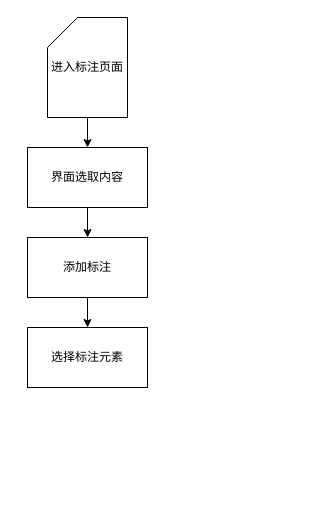
ouyangtian/drawio keeps this draw.io diagram as 人工标注流程.drawio. Above is the earlier version. Source tidied: cells renumbered, new cells numbered last; positions are measured from the earlier drawing's top-left corner, leaving out a move shared by most shapes. Both pictures are drawn from the tidied source at 100%, with x=0, y=0 at pixel (27, 17).
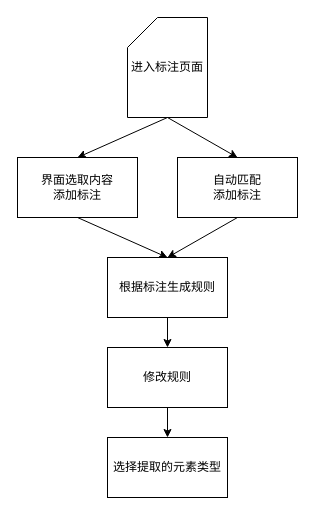
After the change.

Commit message:
更新人工标注流程.drawio

Change to the diagram source:
```diff
@@
 <mxGraphModel>
   <root>
     <mxCell id="0" />
     <mxCell id="1" parent="0" />
-    <mxCell id="2" value="界面选取内容" style="rounded=0;whiteSpace=wrap;html=1;" parent="1" vertex="1">
-      <mxGeometry y="130" width="120" height="60" as="geometry" />
+    <mxCell id="2" value="界面选取内容&lt;br&gt;添加标注" style="rounded=0;whiteSpace=wrap;html=1;" parent="1" vertex="1">
+      <mxGeometry x="-10" y="140" width="120" height="60" as="geometry" />
     </mxCell>
-    <mxCell id="3" value="添加标注" style="rounded=0;whiteSpace=wrap;html=1;" parent="1" vertex="1">
-      <mxGeometry y="220" width="120" height="60" as="geometry" />
+    <mxCell id="3" value="根据标注生成规则" style="rounded=0;whiteSpace=wrap;html=1;" parent="1" vertex="1">
+      <mxGeometry x="80" y="240" width="120" height="60" as="geometry" />
     </mxCell>
-    <mxCell id="4" value="选择标注元素" style="rounded=0;whiteSpace=wrap;html=1;" parent="1" vertex="1">
-      <mxGeometry y="310" width="120" height="60" as="geometry" />
+    <mxCell id="4" value="修改规则" style="rounded=0;whiteSpace=wrap;html=1;" parent="1" vertex="1">
+      <mxGeometry x="80" y="330" width="120" height="60" as="geometry" />
     </mxCell>
     <mxCell id="5" style="endArrow=classic;html=1;exitX=0.5;exitY=1;exitDx=0;exitDy=0;entryX=0.5;entryY=0;entryDx=0;entryDy=0;" parent="1" edge="1" source="2" target="3">
       <mxGeometry relative="1" as="geometry" />
     </mxCell>
     <mxCell id="6" style="endArrow=classic;html=1;exitX=0.5;exitY=1;exitDx=0;exitDy=0;entryX=0.5;entryY=0;entryDx=0;entryDy=0;" parent="1" edge="1" source="3" target="4">
       <mxGeometry relative="1" as="geometry" />
     </mxCell>
     <mxCell id="7" value="进入标注页面" style="shape=card;whiteSpace=wrap;html=1;" parent="1" vertex="1">
-      <mxGeometry x="20" width="80" height="100" as="geometry" />
+      <mxGeometry x="100" width="80" height="100" as="geometry" />
     </mxCell>
     <mxCell id="8" style="endArrow=classic;html=1;exitX=0.5;exitY=1;exitDx=0;exitDy=0;exitPerimeter=0;entryX=0.5;entryY=0;entryDx=0;entryDy=0;" parent="1" edge="1" source="7" target="2">
       <mxGeometry relative="1" as="geometry" />
     </mxCell>
+    <mxCell id="9" value="选择提取的元素类型" style="rounded=0;whiteSpace=wrap;html=1;" parent="1" vertex="1">
+      <mxGeometry x="80" y="420" width="120" height="60" as="geometry" />
+    </mxCell>
+    <mxCell id="10" style="endArrow=classic;html=1;exitX=0.5;exitY=1;exitDx=0;exitDy=0;entryX=0.5;entryY=0;entryDx=0;entryDy=0;" parent="1" edge="1" source="4" target="9">
+      <mxGeometry relative="1" as="geometry" />
+    </mxCell>
+    <mxCell id="11" value="自动匹配&lt;br&gt;添加标注" style="rounded=0;whiteSpace=wrap;html=1;" parent="1" vertex="1">
+      <mxGeometry x="150" y="140" width="120" height="60" as="geometry" />
+    </mxCell>
+    <mxCell id="12" style="endArrow=classic;html=1;exitX=0.5;exitY=1;exitDx=0;exitDy=0;entryX=0.5;entryY=0;entryDx=0;entryDy=0;" parent="1" edge="1" source="11" target="3">
+      <mxGeometry relative="1" as="geometry" />
+    </mxCell>
+    <mxCell id="13" style="endArrow=classic;html=1;exitX=0.5;exitY=1;exitDx=0;exitDy=0;exitPerimeter=0;entryX=0.5;entryY=0;entryDx=0;entryDy=0;" parent="1" edge="1" source="7" target="11">
+      <mxGeometry relative="1" as="geometry" />
+    </mxCell>
   </root>
 </mxGraphModel>
```
